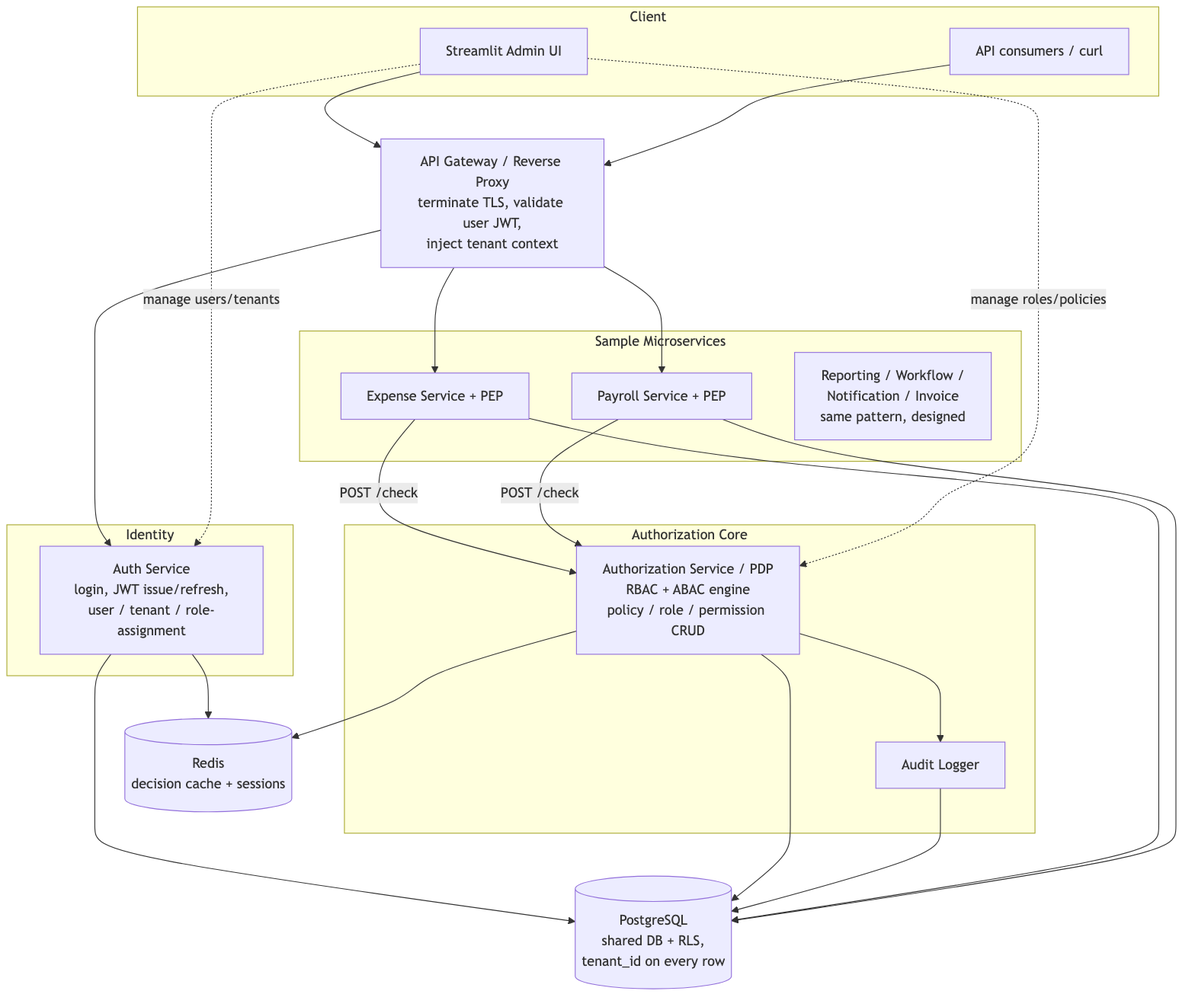
This is docs/diagrams/01-high-level-architecture.png from Naamsukh/payoneer-take-home-assignment, a Mermaid export, as it was before one commit. Its source is kept beside it as docs/diagrams/01-high-level-architecture.mmd. Its diagram source:
```mermaid
flowchart TB
    subgraph Client
      UI[Streamlit Admin UI]
      EXT[API consumers / curl]
    end

    GW[API Gateway / Reverse Proxy<br/>terminate TLS, validate user JWT,<br/>inject tenant context]

    subgraph Identity
      AUTH[Auth Service<br/>login, JWT issue/refresh,<br/>user / tenant / role-assignment]
    end

    subgraph AuthZCore[Authorization Core]
      PDP[Authorization Service / PDP<br/>RBAC + ABAC engine<br/>policy / role / permission CRUD]
      AUDIT[Audit Logger]
    end

    subgraph BusinessSvcs[Sample Microservices]
      EXP[Expense Service + PEP]
      PAY[Payroll Service + PEP]
      OTHERS[Reporting / Workflow /<br/>Notification / Invoice<br/>same pattern, designed]
    end

    DB[(PostgreSQL<br/>shared DB + RLS,<br/>tenant_id on every row)]
    CACHE[(Redis<br/>decision cache + sessions)]

    UI --> GW
    EXT --> GW
    GW --> AUTH
    GW --> EXP
    GW --> PAY
    EXP -- POST /check --> PDP
    PAY -- POST /check --> PDP
    AUTH --> DB
    AUTH --> CACHE
    PDP --> DB
    PDP --> CACHE
    PDP --> AUDIT
    AUDIT --> DB
    EXP --> DB
    PAY --> DB
    UI -. manage roles/policies .-> PDP
    UI -. manage users/tenants .-> AUTH
```
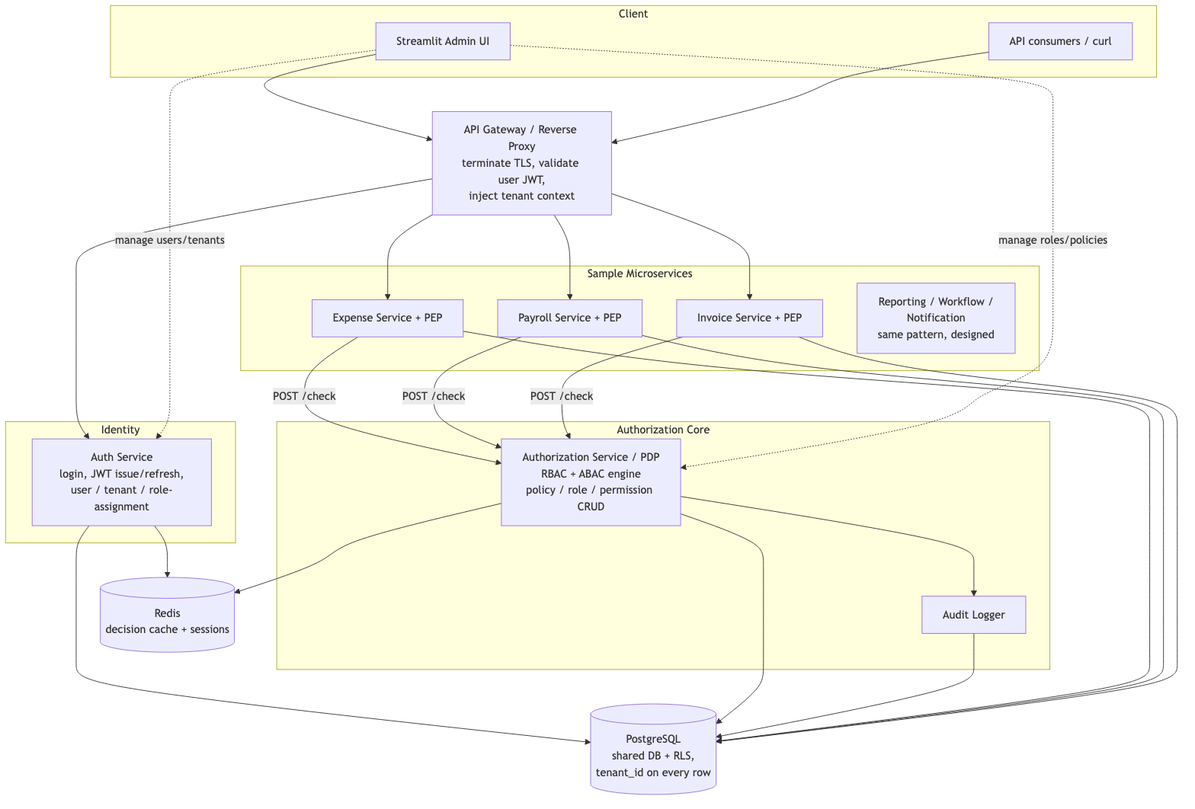
The same diagram one commit later.

Commit message:
docs: refresh for Invoice service + recent hardening

Diff of the diagram source:
```diff
@@ -18,7 +18,8 @@
     subgraph BusinessSvcs[Sample Microservices]
       EXP[Expense Service + PEP]
       PAY[Payroll Service + PEP]
-      OTHERS[Reporting / Workflow /<br/>Notification / Invoice<br/>same pattern, designed]
+      INV[Invoice Service + PEP]
+      OTHERS[Reporting / Workflow /<br/>Notification<br/>same pattern, designed]
     end
 
     DB[(PostgreSQL<br/>shared DB + RLS,<br/>tenant_id on every row)]
@@ -29,8 +30,10 @@
     GW --> AUTH
     GW --> EXP
     GW --> PAY
+    GW --> INV
     EXP -- POST /check --> PDP
     PAY -- POST /check --> PDP
+    INV -- POST /check --> PDP
     AUTH --> DB
     AUTH --> CACHE
     PDP --> DB
@@ -39,5 +42,6 @@
     AUDIT --> DB
     EXP --> DB
     PAY --> DB
+    INV --> DB
     UI -. manage roles/policies .-> PDP
     UI -. manage users/tenants .-> AUTH
```
